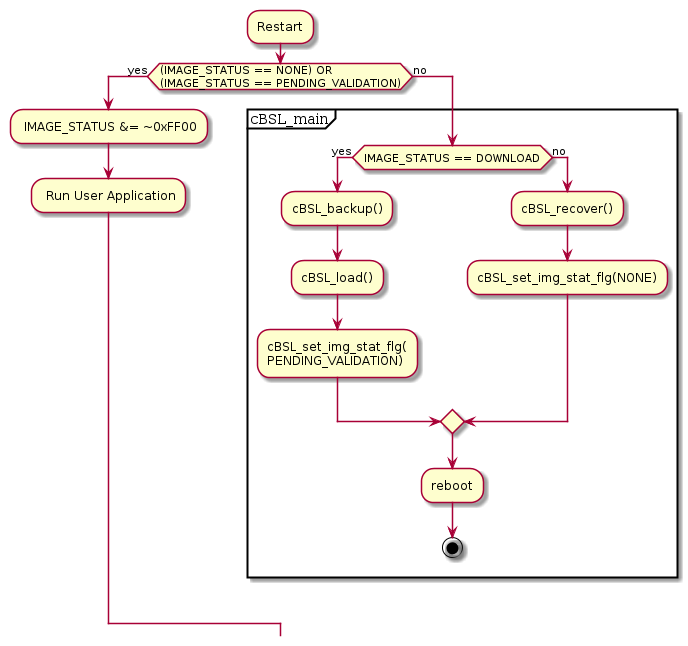
Before: otp/uml/cBSL.png, a diagram exported from PlantUML (sittim/msp430-OTP). Source of this version:
```plantuml
@startuml

:Restart;
if ((IMAGE_STATUS == NONE) OR\n(IMAGE_STATUS == PENDING_VALIDATION)) then (yes)
    : IMAGE_STATUS &= ~0xFF00;
    : Run User Application;
else (no)
    partition cBSL_main {
        if (IMAGE_STATUS == DOWNLOAD) then (yes)
            :cBSL_backup();
            :cBSL_load();
            :cBSL_set_img_stat_flg(\nPENDING_VALIDATION);
        else (no)
            :cBSL_recover();
            :cBSL_set_img_stat_flg(NONE);
        endif
        :reboot;
        stop
    }
endif

@enduml
```
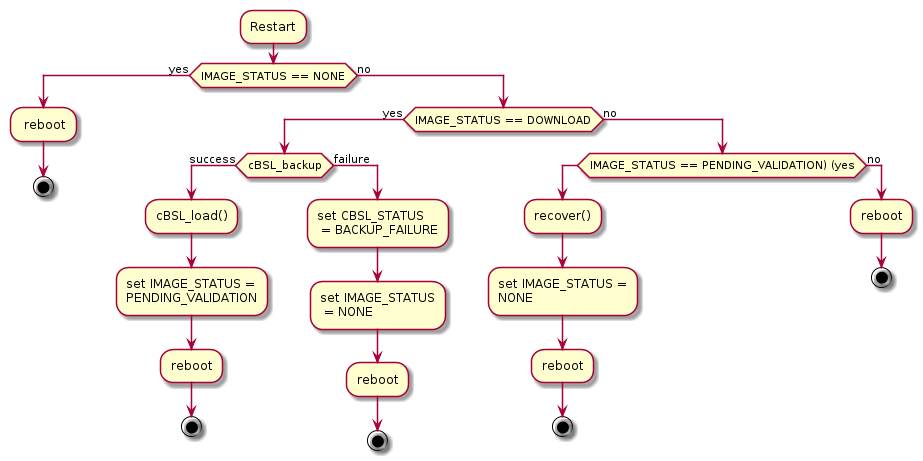
After the change.

Change to the diagram source:
```diff
@@ -1,22 +1,33 @@
 @startuml
 
 :Restart;
-if ((IMAGE_STATUS == NONE) OR\n(IMAGE_STATUS == PENDING_VALIDATION)) then (yes)
-    : IMAGE_STATUS &= ~0xFF00;
-    : Run User Application;
+if (IMAGE_STATUS == NONE) then (yes)
+    : reboot;
+    stop
 else (no)
-    partition cBSL_main {
-        if (IMAGE_STATUS == DOWNLOAD) then (yes)
-            :cBSL_backup();
+    if (IMAGE_STATUS == DOWNLOAD) then (yes)
+        if (cBSL_backup) then (success)
             :cBSL_load();
-            :cBSL_set_img_stat_flg(\nPENDING_VALIDATION);
+            :set IMAGE_STATUS =\nPENDING_VALIDATION;
+            :reboot;
+            stop
+        else (failure)
+            :set CBSL_STATUS\n = BACKUP_FAILURE;
+            :set IMAGE_STATUS\n = NONE;
+            :reboot;
+            stop
+        endif
+    else (no)
+        if (IMAGE_STATUS == PENDING_VALIDATION) (yes)
+            :recover();
+            :set IMAGE_STATUS =\nNONE;
+            :reboot;
+            stop
         else (no)
-            :cBSL_recover();
-            :cBSL_set_img_stat_flg(NONE);
+            :reboot;
+            stop
         endif
-        :reboot;
-        stop
-    }
+    endif
 endif
 
 @enduml
```
